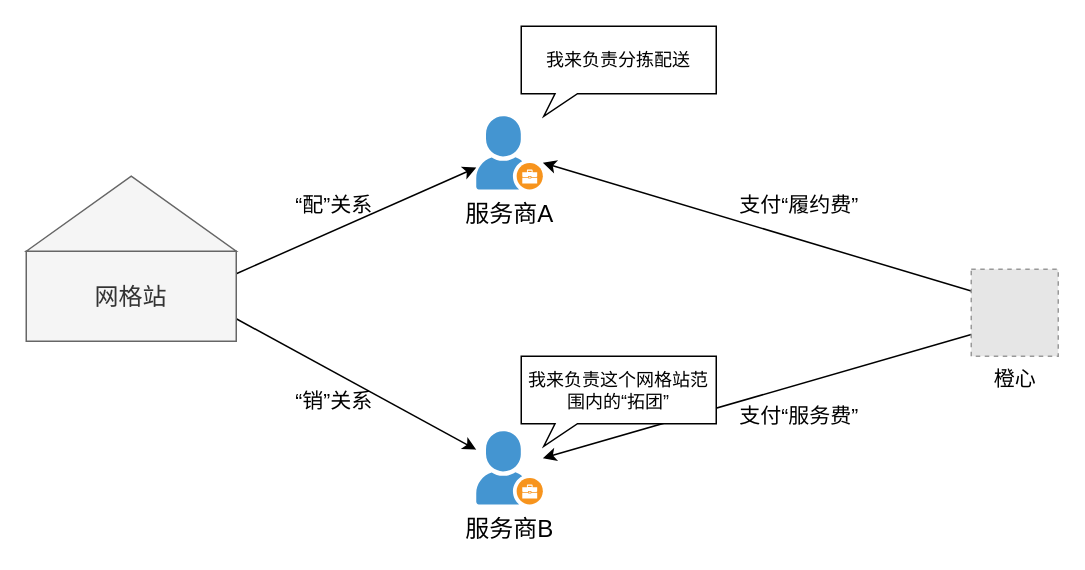
Above: 销配关系.drawio in watermoonlx/drawio (draw.io), before the change. Source tidied: cells renumbered, new cells numbered last; positions are measured from the earlier drawing's top-left corner, leaving out a move shared by most shapes. Both pictures are drawn from the tidied source at 150%, with x=0, y=0 at pixel (26, 26). Pictures stored in the file or linked from it are replaced by grey dashed boxes.
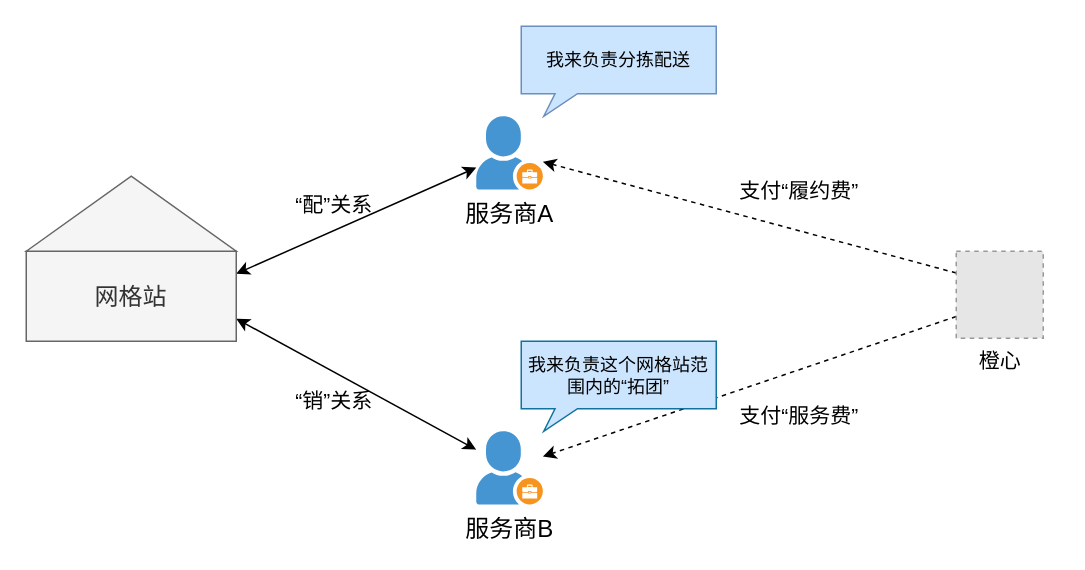
Above is the later version.

Change to the diagram source:
```diff
@@
 <mxGraphModel>
   <root>
     <mxCell id="0" />
     <mxCell id="1" parent="0" />
-    <mxCell id="2" style="edgeStyle=none;rounded=0;jettySize=auto;html=1;exitX=0;exitY=0.25;exitDx=0;exitDy=0;fontSize=14;" parent="1" edge="1" source="14" target="8">
+    <mxCell id="2" style="edgeStyle=none;rounded=0;jettySize=auto;html=1;exitX=0;exitY=0.25;exitDx=0;exitDy=0;fontSize=14;dashed=1;" parent="1" edge="1" source="14" target="8">
       <mxGeometry relative="1" as="geometry" />
     </mxCell>
-    <mxCell id="3" style="edgeStyle=none;rounded=0;jettySize=auto;html=1;exitX=0;exitY=0.75;exitDx=0;exitDy=0;fontSize=14;" parent="1" edge="1" source="14" target="11">
+    <mxCell id="3" style="edgeStyle=none;rounded=0;jettySize=auto;html=1;exitX=0;exitY=0.75;exitDx=0;exitDy=0;fontSize=14;dashed=1;" parent="1" edge="1" source="14" target="11">
       <mxGeometry relative="1" as="geometry" />
     </mxCell>
-    <mxCell id="4" style="rounded=0;jettySize=auto;html=1;exitX=1;exitY=0.25;exitDx=0;exitDy=0;" parent="1" edge="1" source="6" target="8">
+    <mxCell id="4" style="rounded=0;jettySize=auto;html=1;exitX=1;exitY=0.25;exitDx=0;exitDy=0;endArrow=classic;endFill=1;startArrow=classic;startFill=1;" parent="1" edge="1" source="6" target="8">
       <mxGeometry relative="1" as="geometry" />
     </mxCell>
-    <mxCell id="5" style="edgeStyle=none;rounded=0;jettySize=auto;html=1;exitX=1;exitY=0.75;exitDx=0;exitDy=0;fontSize=14;" parent="1" edge="1" source="6" target="11">
+    <mxCell id="5" style="edgeStyle=none;rounded=0;jettySize=auto;html=1;exitX=1;exitY=0.75;exitDx=0;exitDy=0;fontSize=14;startArrow=classic;startFill=1;endArrow=classic;endFill=1;" parent="1" edge="1" source="6" target="11">
       <mxGeometry relative="1" as="geometry" />
     </mxCell>
     <mxCell id="6" value="&lt;font style=&quot;font-size: 16px&quot;&gt;网格站&lt;/font&gt;" style="rounded=0;whiteSpace=wrap;html=1;fillColor=#f5f5f5;strokeColor=#666666;fontColor=#333333;" parent="1" vertex="1">
       <mxGeometry y="150" width="140" height="60" as="geometry" />
     </mxCell>
     <mxCell id="7" style="triangle;whiteSpace=wrap;html=1;rotation=-90;fillColor=#f5f5f5;strokeColor=#666666;fontColor=#333333;" parent="1" vertex="1">
       <mxGeometry x="45" y="55" width="50" height="140" as="geometry" />
     </mxCell>
     <mxCell id="8" value="&lt;font style=&quot;font-size: 16px&quot;&gt;服务商A&lt;/font&gt;" style="shadow=0;dashed=0;html=1;strokeColor=none;fillColor=#4495D1;labelPosition=center;verticalLabelPosition=bottom;verticalAlign=top;align=center;outlineConnect=0;shape=mxgraph.veeam.company_owner;" parent="1" vertex="1">
       <mxGeometry x="300" y="60" width="44.4" height="48.8" as="geometry" />
     </mxCell>
-    <mxCell id="9" value="我来负责分拣配送" style="whiteSpace=wrap;html=1;shape=mxgraph.basic.rectCallout;dx=30;dy=15;boundedLbl=1;" parent="1" vertex="1">
+    <mxCell id="9" value="我来负责分拣配送" style="whiteSpace=wrap;html=1;shape=mxgraph.basic.rectCallout;dx=30;dy=15;boundedLbl=1;strokeColor=#6c8ebf;fillColor=#CCE5FF;" parent="1" vertex="1">
       <mxGeometry x="330" width="130" height="60" as="geometry" />
     </mxCell>
     <mxCell id="10" value="“配”关系" style="text;html=1;align=center;verticalAlign=middle;fontSize=14;" parent="1" vertex="1">
       <mxGeometry x="170" y="108.8" width="70" height="20" as="geometry" />
     </mxCell>
     <mxCell id="11" value="&lt;font style=&quot;font-size: 16px&quot;&gt;服务商B&lt;/font&gt;" style="shadow=0;dashed=0;html=1;strokeColor=none;fillColor=#4495D1;labelPosition=center;verticalLabelPosition=bottom;verticalAlign=top;align=center;outlineConnect=0;shape=mxgraph.veeam.company_owner;" parent="1" vertex="1">
       <mxGeometry x="300" y="270" width="44.4" height="48.8" as="geometry" />
     </mxCell>
-    <mxCell id="12" value="我来负责这个网格站范围内的“拓团”" style="whiteSpace=wrap;html=1;shape=mxgraph.basic.rectCallout;dx=30;dy=15;boundedLbl=1;" parent="1" vertex="1">
-      <mxGeometry x="330" y="220" width="130" height="60" as="geometry" />
+    <mxCell id="12" value="我来负责这个网格站范围内的“拓团”" style="whiteSpace=wrap;html=1;shape=mxgraph.basic.rectCallout;dx=30;dy=15;boundedLbl=1;strokeColor=#10739e;fillColor=#CCE5FF;" parent="1" vertex="1">
+      <mxGeometry x="330" y="210" width="130" height="60" as="geometry" />
     </mxCell>
     <mxCell id="13" value="“销”关系" style="text;html=1;align=center;verticalAlign=middle;fontSize=14;" parent="1" vertex="1">
       <mxGeometry x="170" y="240" width="70" height="20" as="geometry" />
     </mxCell>
     <mxCell id="14" value="橙心" style="fillColor=#E6E6E6;strokeColor=#999999;dashed=1;html=1;verticalAlign=top;verticalLabelPosition=bottom;labelBackgroundColor=#ffffff;fontSize=14;" parent="1" vertex="1">
-      <mxGeometry x="630" y="162" width="58" height="58" as="geometry" />
+      <mxGeometry x="620" y="150" width="58" height="58" as="geometry" />
     </mxCell>
     <mxCell id="15" value="支付“履约费”" style="text;html=1;align=center;verticalAlign=middle;fontSize=14;" parent="1" vertex="1">
-      <mxGeometry x="470" y="108.8" width="90" height="20" as="geometry" />
+      <mxGeometry x="470" y="100" width="90" height="20" as="geometry" />
     </mxCell>
     <mxCell id="16" value="支付“服务费”" style="text;html=1;align=center;verticalAlign=middle;fontSize=14;" parent="1" vertex="1">
       <mxGeometry x="470" y="250" width="90" height="20" as="geometry" />
     </mxCell>
   </root>
 </mxGraphModel>
```
